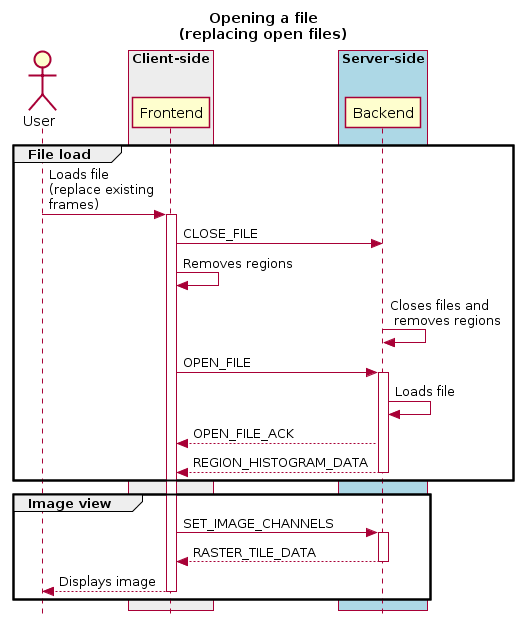
CARTAvis/carta-protobuf keeps this PlantUML diagram as docs/images/image8.png. Above is the earlier version.
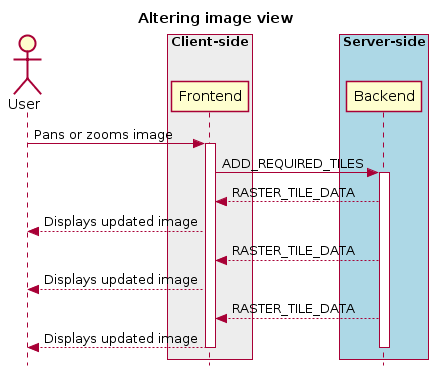
Later version of the same file.

Diff of the diagram source:
```diff
@@ -1,35 +1,26 @@
 @startuml
 skinparam style strictuml
 hide footbox
-title Opening a file\n(replacing open files)
+title Altering image view
 
 actor User
-box "Client-side"  #EDEDED
+box "Client-side" #EDEDED
         participant Frontend
 end box
 
 box "Server-side" #lightblue
 	participant Backend
 end box
-group File load
-User -> Frontend : Loads file\n(replace existing\nframes)
+User -> Frontend: Pans or zooms image
 activate Frontend
-Frontend -> Backend : CLOSE_FILE
-Frontend -> Frontend : Removes regions
-Backend -> Backend : Closes files and\n removes regions
-Frontend -> Backend : OPEN_FILE
-activate Backend
-Backend -> Backend : Loads file
-Frontend <-- Backend : OPEN_FILE_ACK
-Frontend <-- Backend : REGION_HISTOGRAM_DATA
-deactivate Backend
-end
-group Image view
-Frontend -> Backend : SET_IMAGE_CHANNELS
+Frontend -> Backend : ADD_REQUIRED_TILES
 activate Backend
 Frontend <-- Backend : RASTER_TILE_DATA
+User <-- Frontend: Displays updated image
+Frontend <-- Backend : RASTER_TILE_DATA
+User <-- Frontend: Displays updated image
+Frontend <-- Backend : RASTER_TILE_DATA
+User <-- Frontend: Displays updated image
 deactivate Backend
-User <-- Frontend: Displays image
 deactivate Frontend
-end
 @enduml
```
